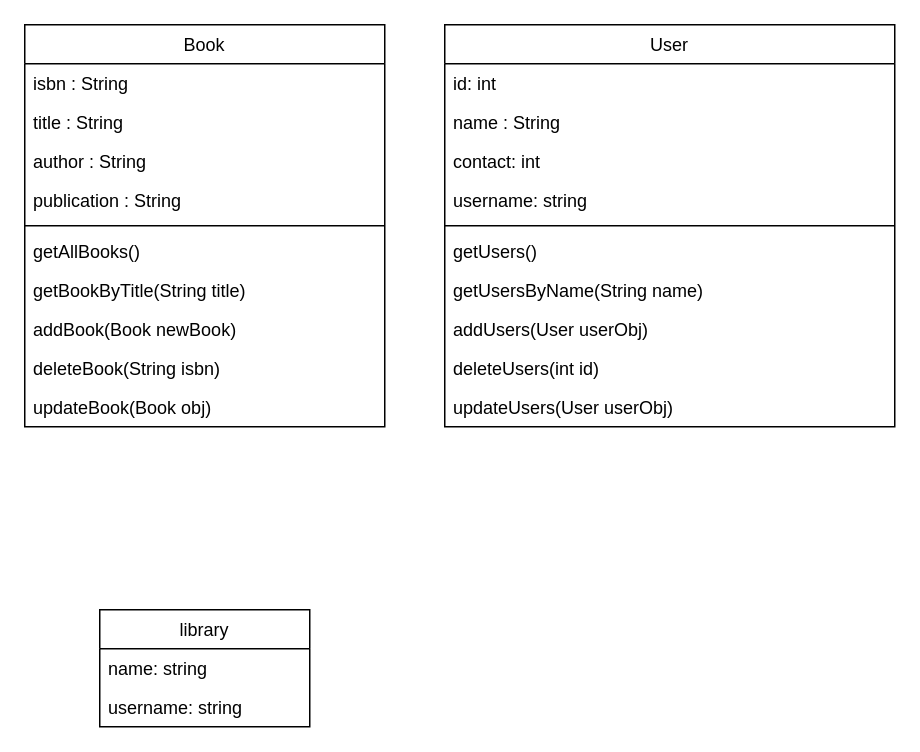
This is Untitled Diagram.drawio from NavinKumarKS/www.draw_io, a draw.io file, before an edit. Source tidied: cells renumbered, new cells numbered last; positions are measured from the earlier drawing's top-left corner, leaving out a move shared by most shapes. Both pictures are drawn from the tidied source at 150%, with x=0, y=0 at pixel (24, 24).
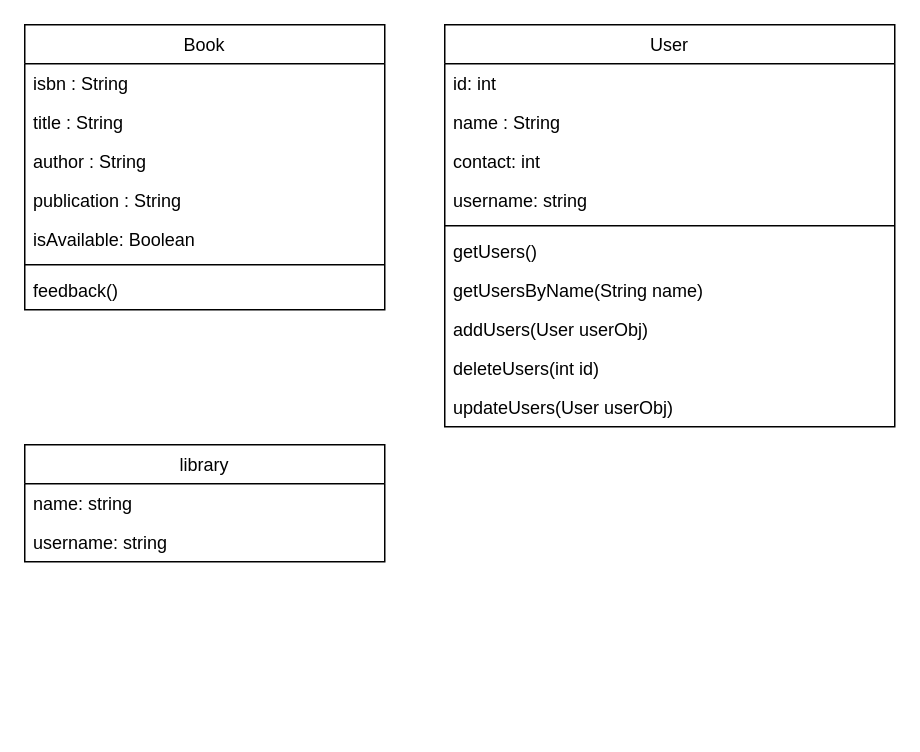
After the change.

Diff of the diagram source:
```diff
@@
     <mxCell id="2" value="Book" style="swimlane;fontStyle=0;horizontal=1;startSize=26;fillColor=none;" parent="1" vertex="1">
-      <mxGeometry width="240" height="268" as="geometry" />
+      <mxGeometry width="240" height="190" as="geometry" />
     </mxCell>
@@
+    <mxCell id="27" value="isAvailable: Boolean" style="text;strokeColor=none;fillColor=none;align=left;verticalAlign=top;spacingLeft=4;spacingRight=4;overflow=hidden;" parent="2" vertex="1">
+      <mxGeometry y="130" width="240" height="26" as="geometry" />
+    </mxCell>
     <mxCell id="7" style="line;strokeWidth=1;fillColor=none;align=left;verticalAlign=middle;spacingTop=-1;spacingLeft=3;spacingRight=3;labelPosition=right;" parent="2" vertex="1">
-      <mxGeometry y="130" width="240" height="8" as="geometry" />
+      <mxGeometry y="156" width="240" height="8" as="geometry" />
     </mxCell>
-    <mxCell id="8" value="getAllBooks()" style="text;strokeColor=none;fillColor=none;align=left;verticalAlign=top;spacingLeft=4;spacingRight=4;overflow=hidden;" parent="2" vertex="1">
-      <mxGeometry y="138" width="240" height="26" as="geometry" />
+    <mxCell id="8" value="feedback()" style="text;strokeColor=none;fillColor=none;align=left;verticalAlign=top;spacingLeft=4;spacingRight=4;overflow=hidden;" parent="2" vertex="1">
+      <mxGeometry y="164" width="240" height="26" as="geometry" />
     </mxCell>
-    <mxCell id="9" value="getBookByTitle(String title)" style="text;strokeColor=none;fillColor=none;align=left;verticalAlign=top;spacingLeft=4;spacingRight=4;overflow=hidden;" parent="2" vertex="1">
-      <mxGeometry y="164" width="240" height="26" as="geometry" />
-    </mxCell>
-    <mxCell id="10" value="addBook(Book newBook)" style="text;strokeColor=none;fillColor=none;align=left;verticalAlign=top;spacingLeft=4;spacingRight=4;overflow=hidden;" parent="2" vertex="1">
-      <mxGeometry y="190" width="240" height="26" as="geometry" />
-    </mxCell>
-    <mxCell id="11" value="deleteBook(String isbn)" style="text;strokeColor=none;fillColor=none;align=left;verticalAlign=top;spacingLeft=4;spacingRight=4;overflow=hidden;" parent="2" vertex="1">
-      <mxGeometry y="216" width="240" height="26" as="geometry" />
-    </mxCell>
-    <mxCell id="12" value="updateBook(Book obj)" style="text;strokeColor=none;fillColor=none;align=left;verticalAlign=top;spacingLeft=4;spacingRight=4;overflow=hidden;" parent="2" vertex="1">
-      <mxGeometry y="242" width="240" height="26" as="geometry" />
-    </mxCell>
@@
     <mxCell id="24" value="library" style="swimlane;fontStyle=0;horizontal=1;startSize=26;fillColor=none;" parent="1" vertex="1">
-      <mxGeometry x="50" y="390" width="140" height="78" as="geometry" />
+      <mxGeometry y="280" width="240" height="78" as="geometry" />
     </mxCell>
     <mxCell id="25" value="name: string" style="text;strokeColor=none;fillColor=none;align=left;verticalAlign=top;spacingLeft=4;spacingRight=4;overflow=hidden;" parent="24" vertex="1">
-      <mxGeometry y="26" width="140" height="26" as="geometry" />
+      <mxGeometry y="26" width="240" height="26" as="geometry" />
     </mxCell>
     <mxCell id="26" value="username: string" style="text;strokeColor=none;fillColor=none;align=left;verticalAlign=top;spacingLeft=4;spacingRight=4;overflow=hidden;" parent="24" vertex="1">
-      <mxGeometry y="52" width="140" height="26" as="geometry" />
+      <mxGeometry y="52" width="240" height="26" as="geometry" />
     </mxCell>
```
